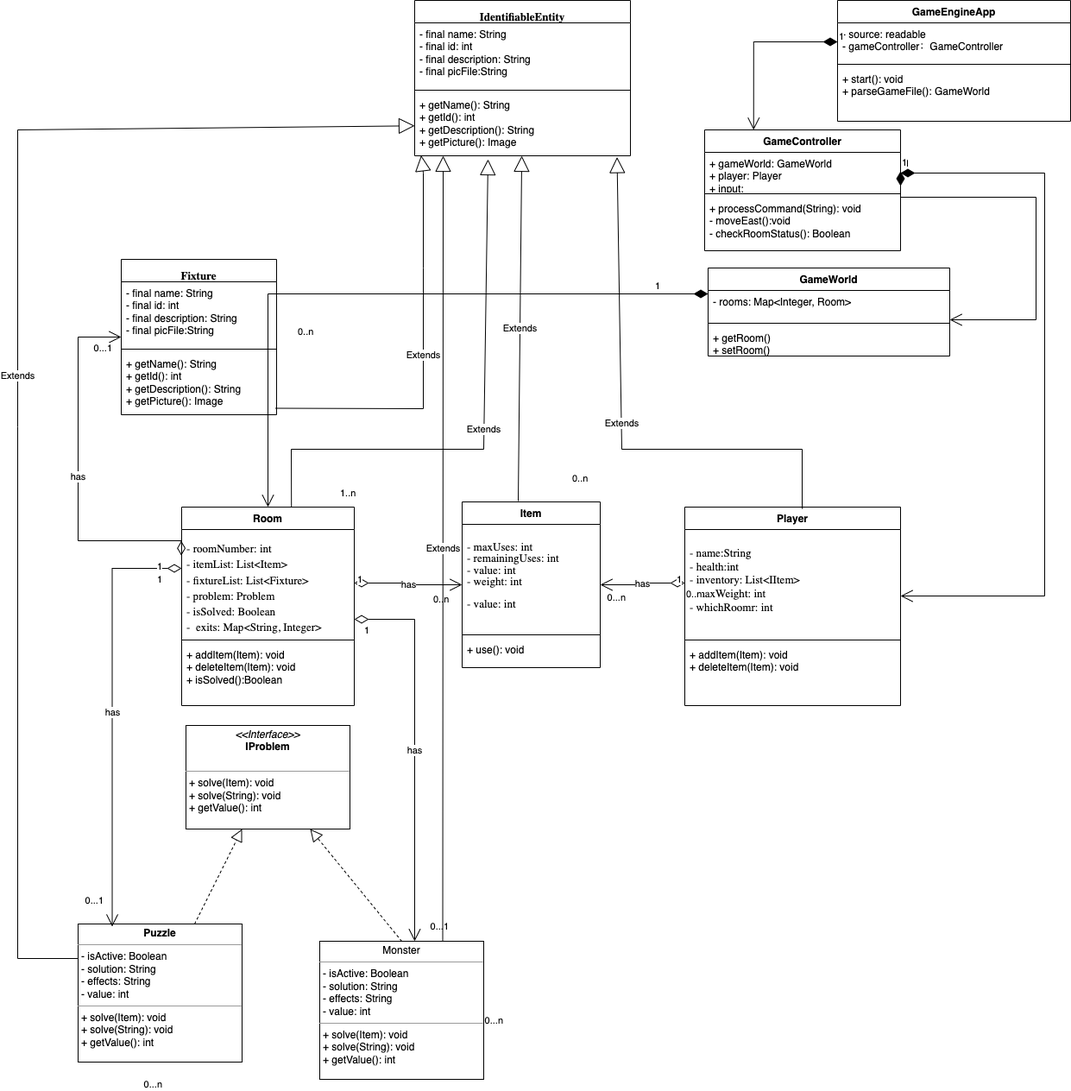
thomaszhang2661/RoomRunner keeps this draw.io diagram as docs/hw7_class.png. Above is the earlier version. Source tidied: cells renumbered, new cells last; positions are measured from the earlier drawing's top-left corner, leaving out a move shared by most shapes.
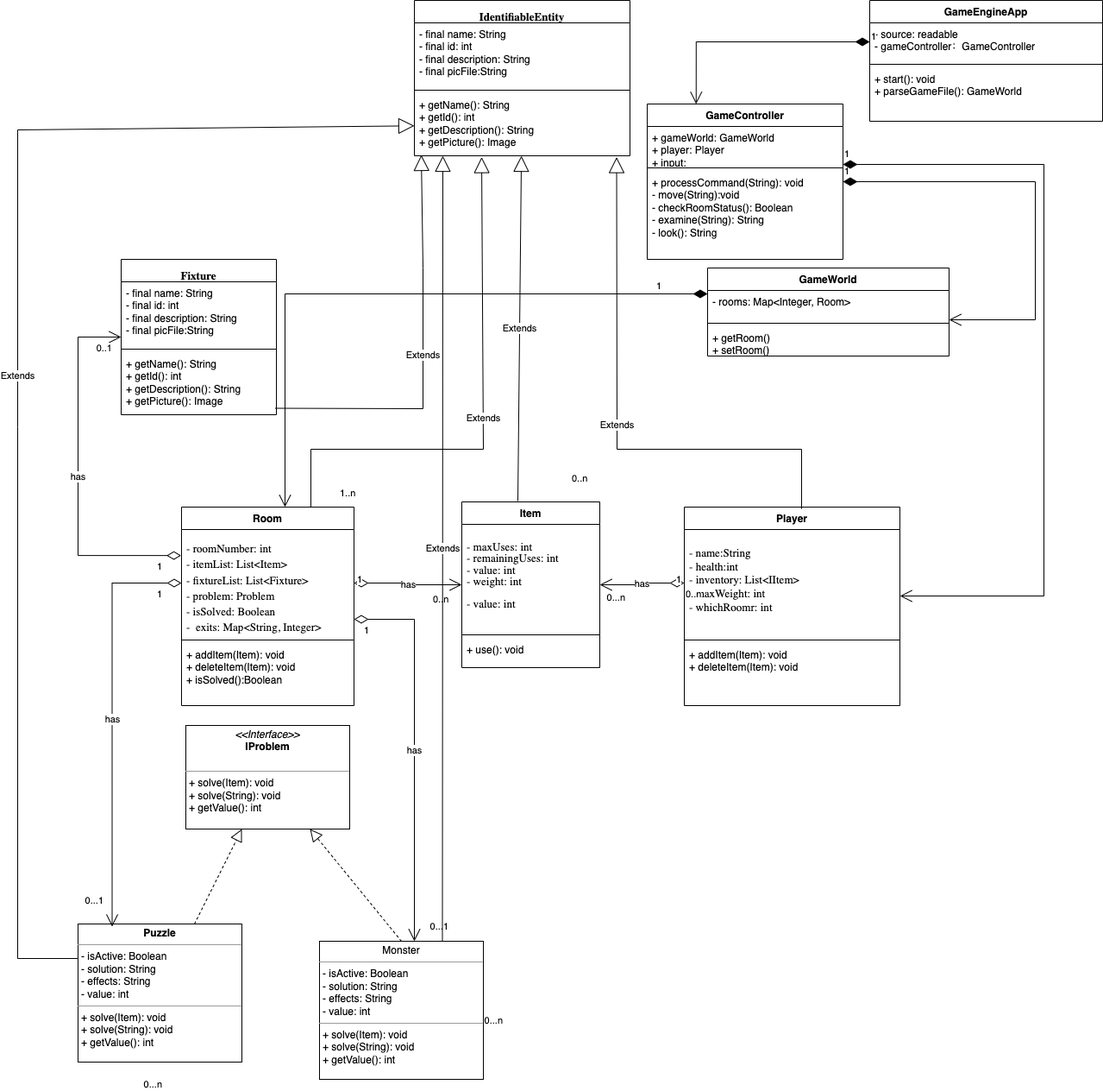
After the change.

Commit message:
update class uml according to sequence

What changed in the source:
```diff
@@ -3,7 +3,7 @@
     <mxCell id="0" />
     <mxCell id="1" parent="0" />
     <mxCell id="2" value="GameEngineApp" style="swimlane;fontStyle=1;align=center;verticalAlign=top;horizontal=1;startSize=26;whiteSpace=wrap;html=1;" parent="1" vertex="1">
-      <mxGeometry x="950" width="270" height="140" as="geometry" />
+      <mxGeometry x="988" width="270" height="140" as="geometry" />
     </mxCell>
     <mxCell id="3" value="- source: readable&lt;br&gt;- gameController：GameController" style="text;strokeColor=none;fillColor=none;align=left;verticalAlign=top;spacingLeft=4;spacingRight=4;overflow=hidden;points=[[0,0.5],[1,0.5]];portConstraint=eastwest;whiteSpace=wrap;html=1;" parent="2" vertex="1">
       <mxGeometry y="26" width="270" height="44" as="geometry" />
@@ -15,7 +15,7 @@
       <mxGeometry y="78" width="270" height="62" as="geometry" />
     </mxCell>
     <mxCell id="6" value="GameController" style="swimlane;fontStyle=1;align=center;verticalAlign=top;horizontal=1;startSize=26;whiteSpace=wrap;html=1;" parent="1" vertex="1">
-      <mxGeometry x="796" y="150" width="227" height="140" as="geometry" />
+      <mxGeometry x="730" y="120" width="227" height="180" as="geometry" />
     </mxCell>
     <mxCell id="7" value="+&amp;nbsp;gameWorld&lt;span style=&quot;background-color: initial;&quot;&gt;: GameWorld&lt;br&gt;+ player: Player&lt;br&gt;+ input:&lt;br&gt;&lt;/span&gt;" style="text;strokeColor=none;fillColor=none;align=left;verticalAlign=top;spacingLeft=4;spacingRight=4;overflow=hidden;points=[[0,0.5],[1,0.5]];portConstraint=eastwest;whiteSpace=wrap;html=1;" parent="6" vertex="1">
       <mxGeometry y="26" width="227" height="44" as="geometry" />
@@ -23,8 +23,8 @@
     <mxCell id="8" style="line;strokeWidth=1;fillColor=none;align=left;verticalAlign=middle;spacingTop=-1;spacingLeft=3;spacingRight=3;labelPosition=right;strokeColor=inherit;" parent="6" vertex="1">
       <mxGeometry y="70" width="227" height="8" as="geometry" />
     </mxCell>
-    <mxCell id="9" value="+&amp;nbsp;processCommand(String)&lt;span style=&quot;background-color: initial;&quot;&gt;: void&lt;br&gt;- moveEast():void&lt;br&gt;- checkRoomStatus(): Boolean&lt;br&gt;&lt;/span&gt;" style="text;strokeColor=none;fillColor=none;align=left;verticalAlign=top;spacingLeft=4;spacingRight=4;overflow=hidden;points=[[0,0.5],[1,0.5]];portConstraint=eastwest;whiteSpace=wrap;html=1;" parent="6" vertex="1">
-      <mxGeometry y="78" width="227" height="62" as="geometry" />
+    <mxCell id="9" value="+&amp;nbsp;processCommand(String)&lt;span style=&quot;background-color: initial;&quot;&gt;: void&lt;br&gt;- move(String):void&lt;br&gt;- checkRoomStatus(): Boolean&lt;br&gt;- examine(String): String&lt;br&gt;- look(): String&lt;br&gt;&lt;/span&gt;" style="text;strokeColor=none;fillColor=none;align=left;verticalAlign=top;spacingLeft=4;spacingRight=4;overflow=hidden;points=[[0,0.5],[1,0.5]];portConstraint=eastwest;whiteSpace=wrap;html=1;" parent="6" vertex="1">
+      <mxGeometry y="78" width="227" height="102" as="geometry" />
     </mxCell>
     <mxCell id="10" value="1" style="endArrow=open;html=1;endSize=12;startArrow=diamondThin;startSize=14;startFill=1;edgeStyle=orthogonalEdgeStyle;align=left;verticalAlign=bottom;rounded=0;entryX=0.25;entryY=0;entryDx=0;entryDy=0;" parent="1" edge="1" source="3" target="6">
       <mxGeometry x="-1" y="3" relative="1" as="geometry" />
@@ -107,10 +107,10 @@
         <mxPoint x="580" y="580" as="sourcePoint" />
       </mxGeometry>
     </mxCell>
-    <mxCell id="35" value="Extends" style="endArrow=block;endSize=16;endFill=0;html=1;rounded=0;exitX=0.636;exitY=0;exitDx=0;exitDy=0;exitPerimeter=0;entryX=0.34;entryY=1.056;entryDx=0;entryDy=0;entryPerimeter=0;" parent="1" edge="1" source="23" target="33">
+    <mxCell id="35" value="Extends" style="endArrow=block;endSize=16;endFill=0;html=1;rounded=0;exitX=0.75;exitY=0;exitDx=0;exitDy=0;entryX=0.312;entryY=1.021;entryDx=0;entryDy=0;entryPerimeter=0;" parent="1" edge="1" source="23" target="33">
       <mxGeometry relative="1" as="geometry">
         <Array as="points">
-          <mxPoint x="317" y="520" />
+          <mxPoint x="340" y="520" />
           <mxPoint x="540" y="520" />
         </Array>
       </mxGeometry>
@@ -119,7 +119,7 @@
       <mxGeometry relative="1" as="geometry">
         <Array as="points">
           <mxPoint x="909" y="520" />
-          <mxPoint x="700" y="520" />
+          <mxPoint x="695" y="520" />
         </Array>
       </mxGeometry>
     </mxCell>
@@ -141,7 +141,7 @@
     <mxCell id="42" value="has" style="endArrow=open;html=1;endSize=12;startArrow=diamondThin;startSize=14;startFill=0;edgeStyle=orthogonalEdgeStyle;rounded=0;entryX=0.208;entryY=0.019;entryDx=0;entryDy=0;entryPerimeter=0;" parent="1" edge="1" source="24" target="40">
       <mxGeometry relative="1" as="geometry">
         <Array as="points">
-          <mxPoint x="110" y="658" />
+          <mxPoint x="110" y="675" />
         </Array>
       </mxGeometry>
     </mxCell>
@@ -184,10 +184,10 @@
     <mxCell id="51" value="+ getRoom()&lt;br&gt;+ setRoom()" style="text;strokeColor=none;fillColor=none;align=left;verticalAlign=top;spacingLeft=4;spacingRight=4;overflow=hidden;whiteSpace=wrap;html=1;" parent="48" vertex="1">
       <mxGeometry y="68" width="280" height="34" as="geometry" />
     </mxCell>
-    <mxCell id="52" value="1" style="endArrow=open;html=1;endSize=12;startArrow=diamondThin;startSize=14;startFill=1;edgeStyle=orthogonalEdgeStyle;align=left;verticalAlign=bottom;rounded=0;exitX=1;exitY=0.5;exitDx=0;exitDy=0;" parent="1" edge="1" source="7" target="48">
+    <mxCell id="52" value="1" style="endArrow=open;html=1;endSize=12;startArrow=diamondThin;startSize=14;startFill=1;edgeStyle=orthogonalEdgeStyle;align=left;verticalAlign=bottom;rounded=0;" parent="1" edge="1" source="9" target="48">
       <mxGeometry x="-1" y="3" relative="1" as="geometry">
         <Array as="points">
-          <mxPoint x="1180" y="228" />
+          <mxPoint x="1180" y="210" />
           <mxPoint x="1180" y="370" />
         </Array>
       </mxGeometry>
@@ -195,17 +195,17 @@
     <mxCell id="53" value="1" style="endArrow=open;html=1;endSize=12;startArrow=diamondThin;startSize=14;startFill=1;edgeStyle=orthogonalEdgeStyle;align=left;verticalAlign=bottom;rounded=0;" parent="1" edge="1" source="6" target="11">
       <mxGeometry x="-1" y="3" relative="1" as="geometry">
         <Array as="points">
-          <mxPoint x="1190" y="200" />
+          <mxPoint x="1190" y="190" />
           <mxPoint x="1190" y="690" />
         </Array>
       </mxGeometry>
     </mxCell>
-    <mxCell id="54" value="Extends" style="endArrow=block;endSize=16;endFill=0;html=1;rounded=0;entryX=0.03;entryY=0.993;entryDx=0;entryDy=0;entryPerimeter=0;exitX=0.992;exitY=0.896;exitDx=0;exitDy=0;exitPerimeter=0;" parent="1" edge="1" source="58" target="33">
+    <mxCell id="54" value="Extends" style="endArrow=block;endSize=16;endFill=0;html=1;rounded=0;exitX=0.992;exitY=0.896;exitDx=0;exitDy=0;exitPerimeter=0;" parent="1" edge="1" source="58">
       <mxGeometry relative="1" as="geometry">
+        <mxPoint x="468" y="179" as="targetPoint" />
         <Array as="points">
           <mxPoint x="470" y="473" />
           <mxPoint x="470" y="310" />
-          <mxPoint x="470" y="200" />
         </Array>
       </mxGeometry>
     </mxCell>
@@ -224,7 +224,7 @@
     <mxCell id="59" value="has" style="endArrow=open;html=1;endSize=12;startArrow=diamondThin;startSize=14;startFill=0;edgeStyle=orthogonalEdgeStyle;rounded=0;exitX=-0.002;exitY=0.243;exitDx=0;exitDy=0;exitPerimeter=0;" parent="1" edge="1" source="24" target="55">
       <mxGeometry relative="1" as="geometry">
         <Array as="points">
-          <mxPoint x="70" y="626" />
+          <mxPoint x="70" y="643" />
           <mxPoint x="70" y="390" />
         </Array>
       </mxGeometry>
@@ -234,7 +234,7 @@
         <mxPoint x="-30" as="offset" />
       </mxGeometry>
     </mxCell>
-    <mxCell id="61" value="0...1" style="edgeLabel;html=1;align=right;verticalAlign=top;" parent="59" vertex="1">
+    <mxCell id="61" value="0..1" style="edgeLabel;html=1;align=right;verticalAlign=top;" parent="59" vertex="1">
       <mxGeometry x="1" relative="1" as="geometry">
         <mxPoint x="-10" as="offset" />
       </mxGeometry>
@@ -261,7 +261,7 @@
     <mxCell id="65" value="1" style="endArrow=open;html=1;endSize=12;startArrow=diamondThin;startSize=14;startFill=1;edgeStyle=orthogonalEdgeStyle;align=left;verticalAlign=bottom;rounded=0;" parent="1" edge="1" source="49" target="23">
       <mxGeometry x="-0.83" relative="1" as="geometry">
         <Array as="points">
-          <mxPoint x="290" y="340" />
+          <mxPoint x="310" y="340" />
         </Array>
       </mxGeometry>
     </mxCell>
@@ -270,11 +270,6 @@
         <mxPoint x="-278" y="-2" as="offset" />
       </mxGeometry>
     </mxCell>
-    <mxCell id="67" value="0..n" style="edgeLabel;html=1;align=left;verticalAlign=top;" parent="1" vertex="1">
-      <mxGeometry x="650" y="560" as="geometry">
-        <mxPoint x="-327" y="-189" as="offset" />
-      </mxGeometry>
-    </mxCell>
     <mxCell id="68" value="0...n" style="edgeLabel;html=1;align=right;verticalAlign=top;" parent="1" vertex="1">
       <mxGeometry x="715" y="689" as="geometry">
         <mxPoint x="-152" y="480" as="offset" />
```
